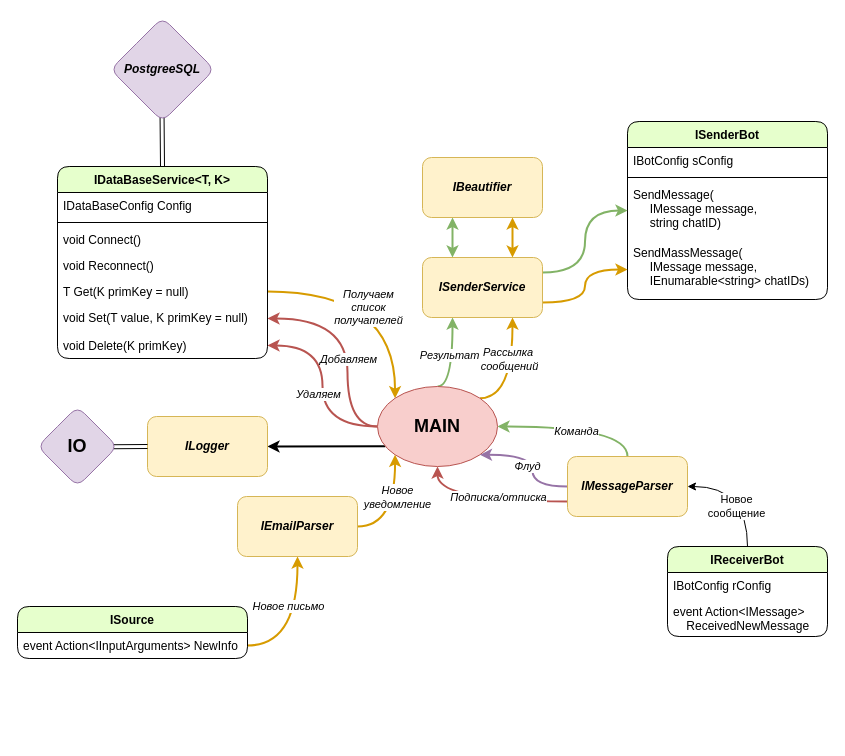
Earlier version of the draw.io diagram system scheme.drawio (novagc/asap-notification-system). Source tidied: cells renumbered, new cells numbered last; positions are measured from the earlier drawing's top-left corner, leaving out a move shared by most shapes. Both pictures are drawn from the tidied source at 100%, with x=0, y=0 at pixel (17, 17).
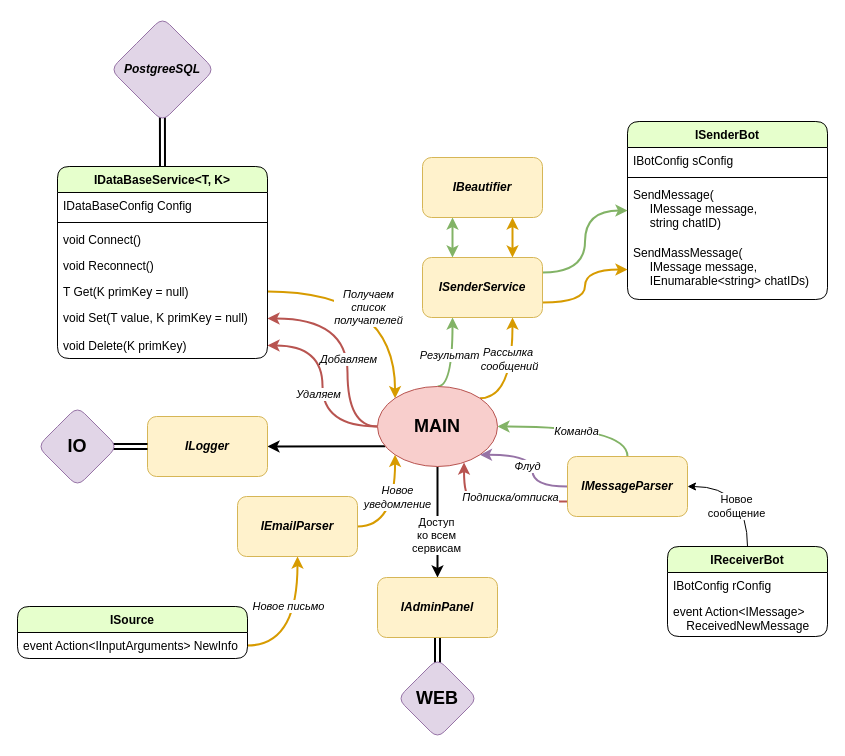
The same page after the edit.

Commit message:
update system scheme

The change refers to these unchanged cells:
```xml
<mxCell id="13" value="&lt;b&gt;&lt;font style=&quot;font-size: 18px&quot;&gt;MAIN&lt;/font&gt;&lt;/b&gt;" style="ellipse;whiteSpace=wrap;html=1;rounded=1;fillColor=#f8cecc;strokeColor=#b85450;" parent="1" vertex="1">
  <mxGeometry x="360" y="369" width="120" height="80" as="geometry" />
</mxCell>
<mxCell id="20" value="&lt;b&gt;&lt;i&gt;IMessageParser&lt;/i&gt;&lt;/b&gt;" style="whiteSpace=wrap;html=1;rounded=1;sketch=0;fillColor=#fff2cc;strokeColor=#d6b656;" parent="1" vertex="1">
  <mxGeometry x="550" y="439" width="120" height="60" as="geometry" />
</mxCell>
<mxCell id="28" value="&lt;b&gt;&lt;i&gt;ILogger&lt;/i&gt;&lt;/b&gt;" style="whiteSpace=wrap;html=1;rounded=1;sketch=0;fillColor=#fff2cc;strokeColor=#d6b656;" parent="1" vertex="1">
  <mxGeometry x="130" y="399" width="120" height="60" as="geometry" />
</mxCell>
<mxCell id="30" value="&lt;b&gt;&lt;font style=&quot;font-size: 18px&quot;&gt;IO&lt;/font&gt;&lt;/b&gt;" style="rhombus;whiteSpace=wrap;html=1;rounded=1;sketch=0;fillColor=#e1d5e7;strokeColor=#9673a6;" parent="1" vertex="1">
  <mxGeometry x="20" y="389" width="80" height="80" as="geometry" />
</mxCell>
<mxCell id="32" value="&lt;b&gt;&lt;i&gt;PostgreeSQL&lt;/i&gt;&lt;/b&gt;" style="rhombus;whiteSpace=wrap;html=1;rounded=1;sketch=0;fillColor=#e1d5e7;strokeColor=#9673a6;" parent="1" vertex="1">
  <mxGeometry x="93" width="104" height="104" as="geometry" />
</mxCell>
<mxCell id="33" value="IDataBaseService&lt;T, K&gt;" style="swimlane;fontStyle=1;align=center;verticalAlign=top;horizontal=1;startSize=26;rounded=1;fillColor=#E6FFCC;" parent="1" vertex="1">
  <mxGeometry x="40" y="149" width="210" height="192" as="geometry" />
</mxCell>
```

What changed in the source:
```diff
@@
+    <mxCell id="57" style="edgeStyle=orthogonalEdgeStyle;rounded=0;jettySize=auto;html=1;exitX=0.5;exitY=1;exitDx=0;exitDy=0;entryX=0.5;entryY=0;entryDx=0;entryDy=0;strokeWidth=2;" parent="1" edge="1" source="13" target="60">
+      <mxGeometry relative="1" as="geometry" />
+    </mxCell>
+    <mxCell id="58" value="Доступ&lt;br&gt;ко всем&lt;br&gt;сервисам" style="edgeLabel;html=1;align=center;verticalAlign=middle;" parent="57" vertex="1">
+      <mxGeometry x="0.22" y="-2" relative="1" as="geometry" />
+    </mxCell>
@@
-    <mxCell id="16" style="edgeStyle=orthogonalEdgeStyle;curved=1;rounded=1;sketch=0;jettySize=auto;html=1;exitX=0;exitY=0.75;exitDx=0;exitDy=0;entryX=0.5;entryY=1;entryDx=0;entryDy=0;fillColor=#f8cecc;strokeColor=#b85450;strokeWidth=2;" parent="1" edge="1" source="20" target="13">
-      <mxGeometry relative="1" as="geometry" />
+    <mxCell id="16" style="edgeStyle=orthogonalEdgeStyle;curved=1;rounded=1;sketch=0;jettySize=auto;html=1;exitX=0;exitY=0.75;exitDx=0;exitDy=0;entryX=0.721;entryY=0.95;entryDx=0;entryDy=0;fillColor=#f8cecc;strokeColor=#b85450;strokeWidth=2;entryPerimeter=0;" parent="1" edge="1" source="20" target="13">
+      <mxGeometry relative="1" as="geometry">
+        <Array as="points">
+          <mxPoint x="461" y="484" />
+          <mxPoint x="461" y="480" />
+          <mxPoint x="447" y="480" />
+        </Array>
+      </mxGeometry>
     </mxCell>
@@
-    <mxCell id="29" style="edgeStyle=none;rounded=1;sketch=0;jettySize=auto;html=1;exitX=0.953;exitY=0.503;exitDx=0;exitDy=0;entryX=0;entryY=0.5;entryDx=0;entryDy=0;shape=link;exitPerimeter=0;" parent="1" edge="1" source="30" target="28">
+    <mxCell id="29" style="edgeStyle=none;rounded=1;sketch=0;jettySize=auto;html=1;entryX=0;entryY=0.5;entryDx=0;entryDy=0;shape=link;strokeWidth=2;exitX=0.763;exitY=0.499;exitDx=0;exitDy=0;exitPerimeter=0;" parent="1" edge="1" source="30" target="28">
       <mxGeometry relative="1" as="geometry" />
     </mxCell>
@@
-    <mxCell id="31" style="edgeStyle=none;shape=link;rounded=1;sketch=0;jettySize=auto;html=1;exitX=0.495;exitY=0.865;exitDx=0;exitDy=0;entryX=0.5;entryY=0;entryDx=0;entryDy=0;exitPerimeter=0;" parent="1" edge="1" source="32" target="33">
+    <mxCell id="31" style="edgeStyle=none;shape=link;rounded=1;sketch=0;jettySize=auto;html=1;entryX=0.5;entryY=0;entryDx=0;entryDy=0;strokeWidth=2;exitX=0.499;exitY=0.769;exitDx=0;exitDy=0;exitPerimeter=0;" parent="1" edge="1" source="32" target="33">
       <mxGeometry relative="1" as="geometry" />
     </mxCell>
@@
+    <mxCell id="59" style="edgeStyle=orthogonalEdgeStyle;rounded=0;jettySize=auto;html=1;exitX=0.5;exitY=1;exitDx=0;exitDy=0;shape=link;entryX=0.5;entryY=0.125;entryDx=0;entryDy=0;entryPerimeter=0;strokeWidth=2;" parent="1" edge="1" source="60" target="61">
+      <mxGeometry relative="1" as="geometry" />
+    </mxCell>
+    <mxCell id="60" value="&lt;b&gt;&lt;i&gt;IAdminPanel&lt;/i&gt;&lt;/b&gt;" style="whiteSpace=wrap;html=1;rounded=1;sketch=0;fillColor=#fff2cc;strokeColor=#d6b656;" parent="1" vertex="1">
+      <mxGeometry x="360" y="560" width="120" height="60" as="geometry" />
+    </mxCell>
+    <mxCell id="61" value="&lt;b&gt;&lt;font style=&quot;font-size: 18px&quot;&gt;WEB&lt;/font&gt;&lt;/b&gt;" style="rhombus;whiteSpace=wrap;html=1;rounded=1;sketch=0;fillColor=#e1d5e7;strokeColor=#9673a6;" parent="1" vertex="1">
+      <mxGeometry x="380" y="641" width="80" height="80" as="geometry" />
+    </mxCell>
```
